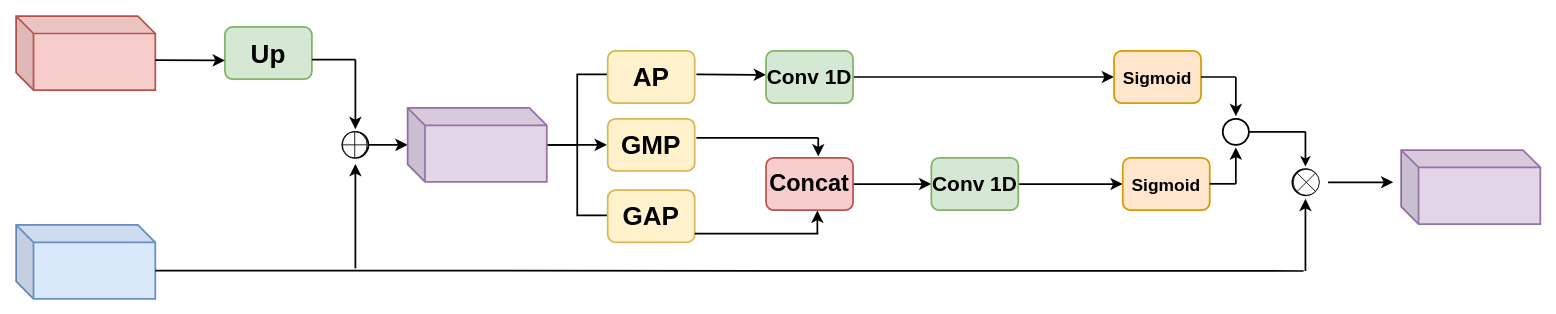
Before: 未命名绘图.drawio in Yingda-Yu/Spartina-Earth, a draw.io diagram. Source tidied: cells renumbered, new cells numbered last; positions are measured from the earlier drawing's top-left corner, leaving out a move shared by most shapes. Both pictures are drawn from the tidied source at 87%, with x=0, y=0 at pixel (16, 16).
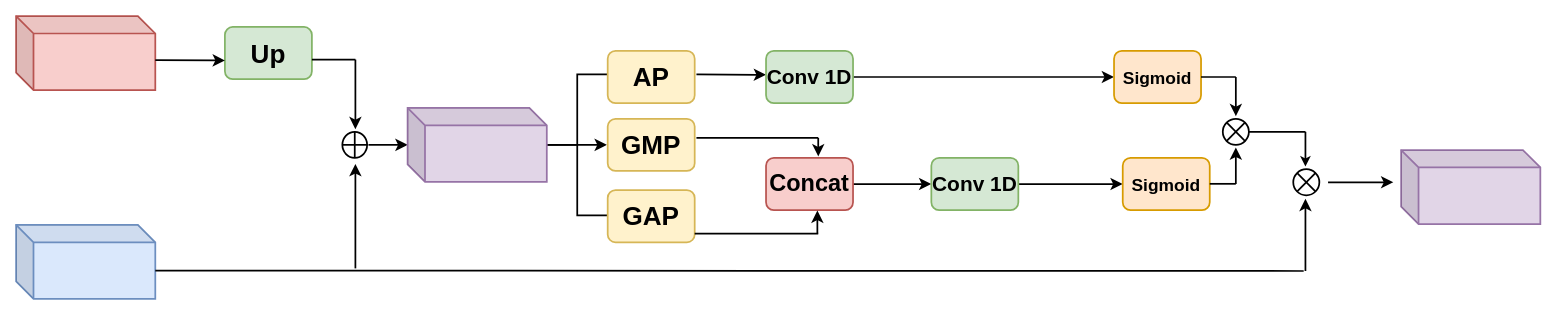
After the change.

The change refers to these unchanged cells:
```xml
<mxCell id="41" style="shape=cube;whiteSpace=wrap;html=1;boundedLbl=1;backgroundOutline=1;darkOpacity=0.05;darkOpacity2=0.1;strokeWidth=2;fillColor=#e1d5e7;strokeColor=#9673a6;" parent="1" vertex="1">
  <mxGeometry x="450" y="105.5" width="160" height="85" as="geometry" />
</mxCell>
```

The edit, as a diff of the source:
```diff
@@
-    <mxCell id="2" style="verticalLabelPosition=bottom;verticalAlign=top;html=1;shape=mxgraph.flowchart.or;" parent="1" vertex="1">
+    <mxCell id="2" style="verticalLabelPosition=bottom;verticalAlign=top;html=1;shape=mxgraph.flowchart.or;strokeWidth=2;" parent="1" vertex="1">
       <mxGeometry x="1387" y="118" width="30" height="30" as="geometry" />
     </mxCell>
@@
-    <mxCell id="11" style="edgeStyle=none;curved=1;rounded=0;jettySize=auto;html=1;fontSize=12;startSize=8;endSize=8;strokeWidth=2;" parent="1" edge="1" source="13" target="41">
-      <mxGeometry relative="1" as="geometry" />
+    <mxCell id="11" style="edgeStyle=none;curved=1;rounded=0;jettySize=auto;html=1;fontSize=12;startSize=8;endSize=8;strokeWidth=2;" parent="1" edge="1" target="41">
+      <mxGeometry relative="1" as="geometry">
+        <mxPoint x="405" y="148" as="sourcePoint" />
+      </mxGeometry>
     </mxCell>
@@
-    <mxCell id="13" style="ellipse;whiteSpace=wrap;html=1;strokeWidth=2;" parent="1" vertex="1">
-      <mxGeometry x="375" y="133" width="30" height="30" as="geometry" />
-    </mxCell>
@@
-    <mxCell id="34" style="ellipse;whiteSpace=wrap;html=1;strokeWidth=2;" parent="1" vertex="1">
-      <mxGeometry x="1467" y="176" width="30" height="30" as="geometry" />
-    </mxCell>
-    <mxCell id="35" style="endArrow=none;html=1;rounded=0;fontSize=12;startSize=8;endSize=8;curved=1;exitX=1;exitY=0.5;exitDx=0;exitDy=0;strokeWidth=2;" parent="1" edge="1" source="36">
+    <mxCell id="35" style="endArrow=none;html=1;rounded=0;fontSize=12;startSize=8;endSize=8;curved=1;exitX=1;exitY=0.5;exitDx=0;exitDy=0;strokeWidth=2;" parent="1" edge="1">
       <mxGeometry relative="1" as="geometry">
+        <mxPoint x="1417" y="133" as="sourcePoint" />
         <mxPoint x="1482" y="133" as="targetPoint" />
       </mxGeometry>
     </mxCell>
-    <mxCell id="36" style="ellipse;whiteSpace=wrap;html=1;strokeWidth=2;" parent="1" vertex="1">
-      <mxGeometry x="1387" y="118" width="30" height="30" as="geometry" />
-    </mxCell>
@@
-    <mxCell id="43" style="verticalLabelPosition=bottom;verticalAlign=top;html=1;shape=mxgraph.flowchart.summing_function;" parent="1" vertex="1">
+    <mxCell id="43" style="verticalLabelPosition=bottom;verticalAlign=top;html=1;shape=mxgraph.flowchart.summing_function;strokeWidth=2;" parent="1" vertex="1">
       <mxGeometry x="375" y="133" width="28.5" height="30" as="geometry" />
     </mxCell>
-    <mxCell id="44" style="verticalLabelPosition=bottom;verticalAlign=top;html=1;shape=mxgraph.flowchart.or;" parent="1" vertex="1">
+    <mxCell id="44" style="verticalLabelPosition=bottom;verticalAlign=top;html=1;shape=mxgraph.flowchart.or;strokeWidth=2;" parent="1" vertex="1">
       <mxGeometry x="1468" y="176" width="30" height="30" as="geometry" />
     </mxCell>
```
